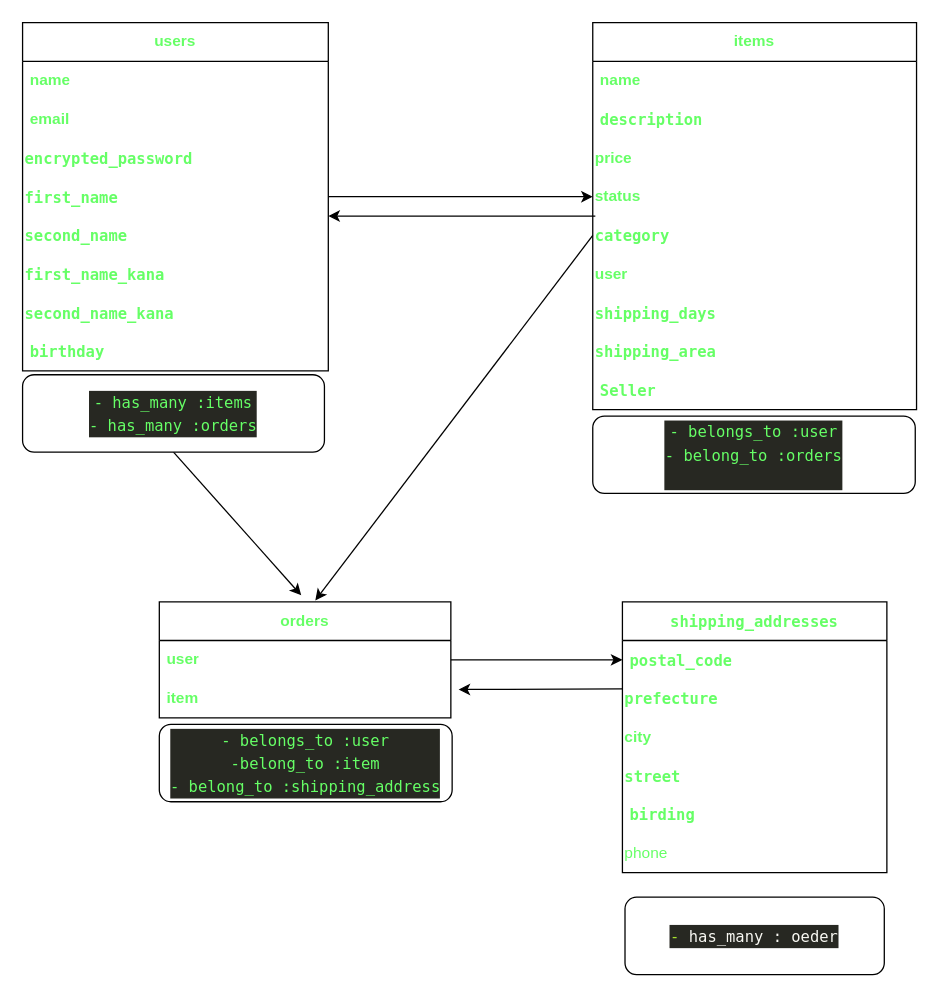
Above: page "ページ1" (1 of 2) of app/views/ER図.dio in SAUNAJUNKIE/furima-38922 (draw.io), before the change. Source tidied: cells renumbered, new cells numbered last; positions are measured from the earlier drawing's top-left corner, leaving out a move shared by most shapes. Both pictures are drawn from the tidied source at 129%, with x=0, y=0 at pixel (22, 22).
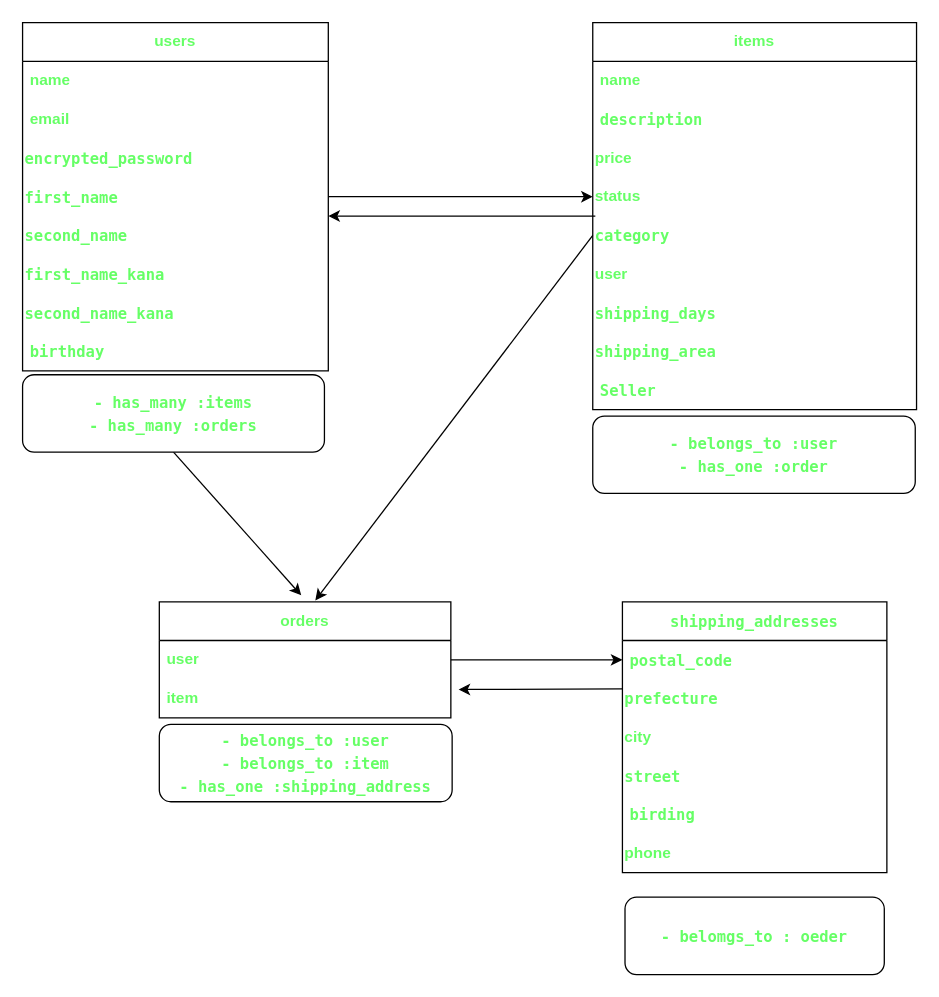
Above is the later version.

The change refers to these unchanged cells:
```xml
<mxCell id="23" value="user" style="text;strokeColor=none;fillColor=none;align=left;verticalAlign=middle;spacingLeft=4;spacingRight=4;overflow=hidden;points=[[0,0.5],[1,0.5]];portConstraint=eastwest;whiteSpace=wrap;html=1;labelBackgroundColor=none;fontColor=#66FF66;fontStyle=1;" parent="22" vertex="1">
  <mxGeometry y="30" width="226" height="30" as="geometry" />
</mxCell>
<mxCell id="25" value="&lt;div style=&quot;font-family: Menlo, Monaco, &amp;quot;Courier New&amp;quot;, monospace; line-height: 18px;&quot;&gt;&lt;span style=&quot;&quot;&gt;shipping_addresses&lt;/span&gt;&lt;/div&gt;" style="swimlane;fontStyle=1;horizontal=1;startSize=30;whiteSpace=wrap;html=1;labelBackgroundColor=none;fontColor=#66FF66;align=center;" parent="1" vertex="1">
  <mxGeometry x="465" y="449" width="205" height="210" as="geometry" />
</mxCell>
<mxCell id="26" value="&lt;div style=&quot;font-family: Menlo, Monaco, &amp;quot;Courier New&amp;quot;, monospace; font-size: 12px; line-height: 18px;&quot;&gt;&lt;div&gt;&lt;span style=&quot;&quot;&gt;postal_code&lt;/span&gt;&lt;/div&gt;&lt;/div&gt;" style="text;strokeColor=none;fillColor=none;align=left;verticalAlign=middle;spacingLeft=4;spacingRight=4;overflow=hidden;points=[[0,0.5],[1,0.5]];portConstraint=eastwest;whiteSpace=wrap;html=1;labelBackgroundColor=none;fontColor=#66FF66;fontStyle=1;" parent="25" vertex="1">
  <mxGeometry y="30" width="205" height="30" as="geometry" />
</mxCell>
<mxCell id="27" value="&lt;div style=&quot;font-family: Menlo, Monaco, &amp;quot;Courier New&amp;quot;, monospace; font-size: 12px; line-height: 18px;&quot;&gt;&lt;div&gt;&lt;span style=&quot;&quot;&gt;prefecture&lt;/span&gt;&lt;/div&gt;&lt;/div&gt;" style="text;html=1;strokeColor=none;fillColor=none;align=left;verticalAlign=middle;whiteSpace=wrap;rounded=0;labelBackgroundColor=none;fontColor=#66FF66;fontStyle=1;" parent="25" vertex="1">
  <mxGeometry y="60" width="205" height="30" as="geometry" />
</mxCell>
```

The edit, as a diff of the source:
```diff
@@
-    <mxCell id="31" value="phone" style="text;html=1;strokeColor=none;fillColor=none;align=left;verticalAlign=middle;whiteSpace=wrap;rounded=0;labelBackgroundColor=none;fontColor=#66FF66;" parent="25" vertex="1">
+    <mxCell id="31" value="phone" style="text;html=1;strokeColor=none;fillColor=none;align=left;verticalAlign=middle;whiteSpace=wrap;rounded=0;labelBackgroundColor=none;fontColor=#66FF66;fontStyle=1;" parent="25" vertex="1">
       <mxGeometry y="180" width="205" height="30" as="geometry" />
     </mxCell>
-    <mxCell id="32" style="edgeStyle=none;html=1;exitX=0.5;exitY=1;exitDx=0;exitDy=0;fontColor=#66FF66;" parent="1" edge="1" source="33">
+    <mxCell id="32" style="edgeStyle=none;html=1;exitX=0.5;exitY=1;exitDx=0;exitDy=0;fontColor=#66FF66;fontStyle=1;labelBackgroundColor=none;" parent="1" edge="1" source="33">
       <mxGeometry relative="1" as="geometry">
         <mxPoint x="216" y="444" as="targetPoint" />
       </mxGeometry>
     </mxCell>
-    <mxCell id="33" value="&lt;div style=&quot;background-color: rgb(39, 40, 34); font-family: Menlo, Monaco, &amp;quot;Courier New&amp;quot;, monospace; font-weight: normal; font-size: 12px; line-height: 18px;&quot;&gt;&lt;div&gt;&lt;span style=&quot;&quot;&gt;-&lt;/span&gt;&lt;span style=&quot;&quot;&gt; has_many :items&lt;/span&gt;&lt;/div&gt;&lt;div&gt;&lt;span style=&quot;&quot;&gt;-&lt;/span&gt;&lt;span style=&quot;&quot;&gt; has_many :orders&lt;/span&gt;&lt;/div&gt;&lt;/div&gt;" style="rounded=1;whiteSpace=wrap;html=1;labelBackgroundColor=none;fontColor=#66FF66;" parent="1" vertex="1">
+    <mxCell id="33" value="&lt;div style=&quot;font-family: Menlo, Monaco, &amp;quot;Courier New&amp;quot;, monospace; font-size: 12px; line-height: 18px;&quot;&gt;&lt;div&gt;&lt;span style=&quot;&quot;&gt;-&lt;/span&gt;&lt;span style=&quot;&quot;&gt; has_many :items&lt;/span&gt;&lt;/div&gt;&lt;div&gt;&lt;span style=&quot;&quot;&gt;-&lt;/span&gt;&lt;span style=&quot;&quot;&gt; has_many :orders&lt;/span&gt;&lt;/div&gt;&lt;/div&gt;" style="rounded=1;whiteSpace=wrap;html=1;labelBackgroundColor=none;fontColor=#66FF66;fontStyle=1;" parent="1" vertex="1">
       <mxGeometry y="273" width="234" height="60" as="geometry" />
     </mxCell>
-    <mxCell id="34" value="&lt;div style=&quot;background-color: rgb(39, 40, 34); font-family: Menlo, Monaco, &amp;quot;Courier New&amp;quot;, monospace; font-weight: normal; font-size: 12px; line-height: 18px;&quot;&gt;&lt;div&gt;&lt;span style=&quot;&quot;&gt;-&lt;/span&gt;&lt;span style=&quot;&quot;&gt; belongs_to :user&lt;/span&gt;&lt;/div&gt;&lt;div&gt;&lt;span style=&quot;&quot;&gt;-&lt;/span&gt;&lt;span style=&quot;&quot;&gt;&amp;nbsp;belong_to :orders&lt;/span&gt;&lt;/div&gt;&lt;br&gt;&lt;/div&gt;" style="rounded=1;whiteSpace=wrap;html=1;labelBackgroundColor=none;fontColor=#66FF66;" parent="1" vertex="1">
+    <mxCell id="34" value="&lt;div style=&quot;font-family: Menlo, Monaco, &amp;quot;Courier New&amp;quot;, monospace; font-size: 12px; line-height: 18px;&quot;&gt;&lt;div&gt;&lt;span style=&quot;&quot;&gt;-&lt;/span&gt;&lt;span style=&quot;&quot;&gt; belongs_to :user&lt;/span&gt;&lt;/div&gt;&lt;div&gt;&lt;span style=&quot;&quot;&gt;-&lt;/span&gt;&lt;span style=&quot;&quot;&gt; has_one  :order&lt;/span&gt;&lt;/div&gt;&lt;/div&gt;" style="rounded=1;whiteSpace=wrap;html=1;labelBackgroundColor=none;fontColor=#66FF66;fontStyle=1;" parent="1" vertex="1">
       <mxGeometry x="442" y="305" width="250" height="60" as="geometry" />
     </mxCell>
-    <mxCell id="35" value="&lt;div style=&quot;background-color: rgb(39, 40, 34); font-family: Menlo, Monaco, &amp;quot;Courier New&amp;quot;, monospace; font-weight: normal; font-size: 12px; line-height: 18px;&quot;&gt;&lt;div&gt;&lt;span style=&quot;&quot;&gt;-&lt;/span&gt;&lt;span style=&quot;&quot;&gt; belongs_to :user&lt;/span&gt;&lt;/div&gt;&lt;div&gt;&lt;span style=&quot;&quot;&gt;-belong_to&lt;/span&gt;&lt;span style=&quot;&quot;&gt;&amp;nbsp;:item&lt;/span&gt;&lt;/div&gt;&lt;div&gt;&lt;span style=&quot;&quot;&gt;-&lt;/span&gt;&lt;span style=&quot;&quot;&gt;&amp;nbsp;belong_to :shipping_address&lt;/span&gt;&lt;/div&gt;&lt;/div&gt;" style="rounded=1;whiteSpace=wrap;html=1;labelBackgroundColor=none;fontColor=#66FF66;" parent="1" vertex="1">
+    <mxCell id="35" value="&lt;div style=&quot;font-family: Menlo, Monaco, &amp;quot;Courier New&amp;quot;, monospace; font-size: 12px; line-height: 18px;&quot;&gt;&lt;div&gt;&lt;span style=&quot;&quot;&gt;-&lt;/span&gt;&lt;span style=&quot;&quot;&gt; belongs_to :user&lt;/span&gt;&lt;/div&gt;&lt;div&gt;&lt;span style=&quot;&quot;&gt;-&lt;/span&gt;&lt;span style=&quot;&quot;&gt; belongs_to :item&lt;/span&gt;&lt;/div&gt;&lt;div&gt;&lt;span style=&quot;&quot;&gt;-&lt;/span&gt;&lt;span style=&quot;&quot;&gt; has_one :shipping_address&lt;/span&gt;&lt;/div&gt;&lt;/div&gt;" style="rounded=1;whiteSpace=wrap;html=1;labelBackgroundColor=none;fontColor=#66FF66;fontStyle=1;" parent="1" vertex="1">
       <mxGeometry x="106" y="544" width="227" height="60" as="geometry" />
     </mxCell>
-    <mxCell id="36" value="&lt;div style=&quot;color: rgb(248, 248, 242); background-color: rgb(39, 40, 34); font-family: Menlo, Monaco, &amp;quot;Courier New&amp;quot;, monospace; font-weight: normal; font-size: 12px; line-height: 18px;&quot;&gt;&lt;div&gt;&lt;span style=&quot;color: #a6e22e;&quot;&gt;-&lt;/span&gt;&lt;span style=&quot;color: #f8f8f2;&quot;&gt; has_many : oeder&lt;/span&gt;&lt;/div&gt;&lt;/div&gt;" style="rounded=1;whiteSpace=wrap;html=1;labelBackgroundColor=none;fontColor=#66FF66;" parent="1" vertex="1">
+    <mxCell id="36" value="&lt;div style=&quot;font-family: Menlo, Monaco, &amp;quot;Courier New&amp;quot;, monospace; font-size: 12px; line-height: 18px;&quot;&gt;&lt;div&gt;&lt;span style=&quot;&quot;&gt;-&lt;/span&gt;&lt;span style=&quot;&quot;&gt;&amp;nbsp;belomgs_to : oeder&lt;/span&gt;&lt;/div&gt;&lt;/div&gt;" style="rounded=1;whiteSpace=wrap;html=1;labelBackgroundColor=none;fontColor=#66FF66;fontStyle=1;" parent="1" vertex="1">
       <mxGeometry x="467" y="678" width="201" height="60" as="geometry" />
     </mxCell>
@@
-    <mxCell id="39" style="edgeStyle=none;html=1;exitX=1;exitY=0.5;exitDx=0;exitDy=0;entryX=0;entryY=0.5;entryDx=0;entryDy=0;fontColor=#66FF66;" parent="1" edge="1" source="23" target="26">
+    <mxCell id="39" style="edgeStyle=none;html=1;exitX=1;exitY=0.5;exitDx=0;exitDy=0;entryX=0;entryY=0.5;entryDx=0;entryDy=0;fontColor=#66FF66;fontStyle=1;labelBackgroundColor=none;" parent="1" edge="1" source="23" target="26">
       <mxGeometry relative="1" as="geometry" />
     </mxCell>
-    <mxCell id="40" style="edgeStyle=none;html=1;exitX=0;exitY=0.25;exitDx=0;exitDy=0;fontColor=#66FF66;" parent="1" edge="1" source="27">
+    <mxCell id="40" style="edgeStyle=none;html=1;exitX=0;exitY=0.25;exitDx=0;exitDy=0;fontColor=#66FF66;fontStyle=1;labelBackgroundColor=none;" parent="1" edge="1" source="27">
       <mxGeometry relative="1" as="geometry">
         <mxPoint x="338" y="517" as="targetPoint" />
       </mxGeometry>
     </mxCell>
```
